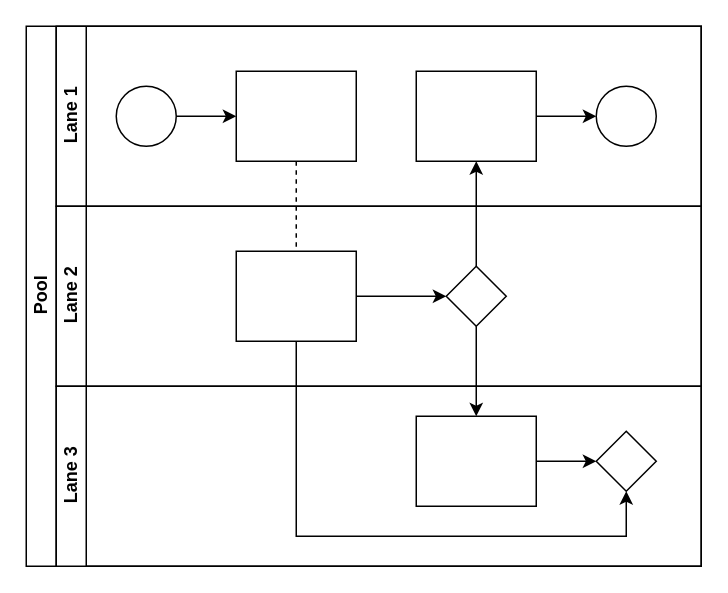
Earlier version of the draw.io diagram Untitled Diagram.drawio (DavidK-Software/VsGitDemo). Source tidied: cells renumbered, new cells numbered last; positions are measured from the earlier drawing's top-left corner, leaving out a move shared by most shapes. Both pictures are drawn from the tidied source at 150%, with x=0, y=0 at pixel (26, 26).
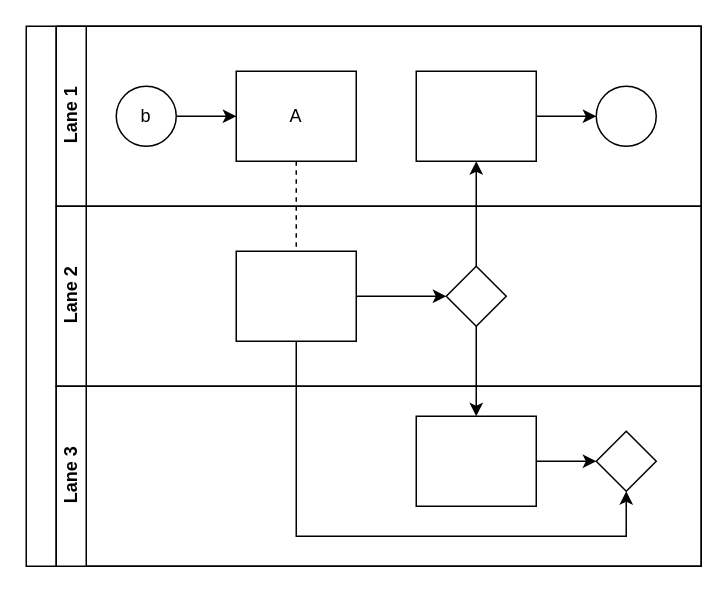
Above is the later version.

The change refers to these unchanged cells:
```xml
<mxCell id="7" value="Lane 1" style="swimlane;html=1;startSize=20;horizontal=0;" parent="2" vertex="1">
  <mxGeometry x="20" width="430" height="120" as="geometry" />
</mxCell>
```

The edit, as a diff of the source:
```diff
@@
-    <mxCell id="2" value="Pool" style="swimlane;html=1;horizontal=0;startSize=20;" parent="1" vertex="1">
+    <mxCell id="2" style="swimlane;html=1;horizontal=0;startSize=20;" parent="1" vertex="1">
       <mxGeometry width="450" height="360" as="geometry" />
     </mxCell>
@@
-    <mxCell id="9" style="ellipse;whiteSpace=wrap;html=1;" parent="7" vertex="1">
+    <mxCell id="9" value="b" style="ellipse;whiteSpace=wrap;html=1;" parent="7" vertex="1">
       <mxGeometry x="40" y="40" width="40" height="40" as="geometry" />
     </mxCell>
-    <mxCell id="10" style="rounded=0;whiteSpace=wrap;html=1;fontFamily=Helvetica;fontSize=12;fontColor=#000000;align=center;" parent="7" vertex="1">
+    <mxCell id="10" value="A" style="rounded=0;whiteSpace=wrap;html=1;fontFamily=Helvetica;fontSize=12;fontColor=#000000;align=center;" parent="7" vertex="1">
       <mxGeometry x="120" y="30" width="80" height="60" as="geometry" />
     </mxCell>
```
